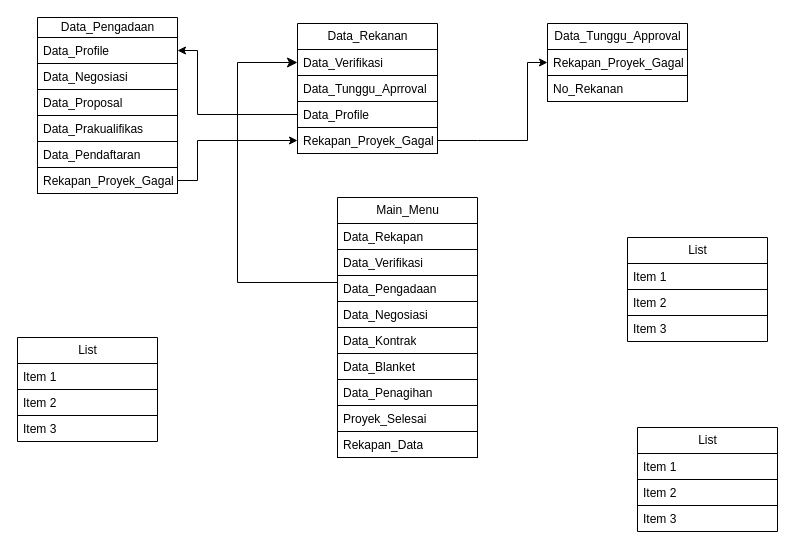
The draw.io diagram Logical_data_Diagram.drawio in Tian7877/Hanoi_Tower, before the edit. Source tidied: cells renumbered, new cells numbered last; positions are measured from the earlier drawing's top-left corner, leaving out a move shared by most shapes. Both pictures are drawn from the tidied source at 100%, with x=0, y=0 at pixel (17, 17).
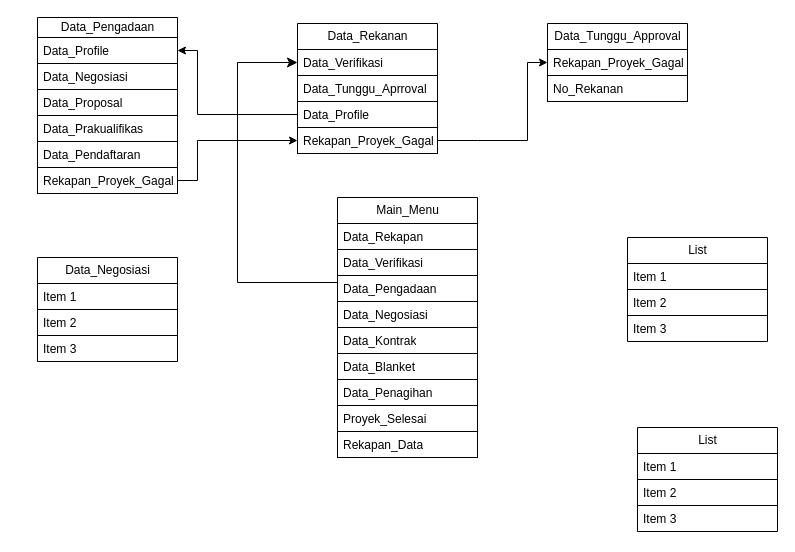
The same page after the edit.

What changed in the source:
```diff
@@
-    <mxCell id="35" value="List" style="swimlane;fontStyle=0;horizontal=1;startSize=26;fillColor=none;html=1;" parent="1" vertex="1">
-      <mxGeometry y="320" width="140" height="104" as="geometry" />
+    <mxCell id="35" value="Data_Negosiasi" style="swimlane;fontStyle=0;horizontal=1;startSize=26;fillColor=none;html=1;" parent="1" vertex="1">
+      <mxGeometry x="20" y="240" width="140" height="104" as="geometry" />
     </mxCell>
```
